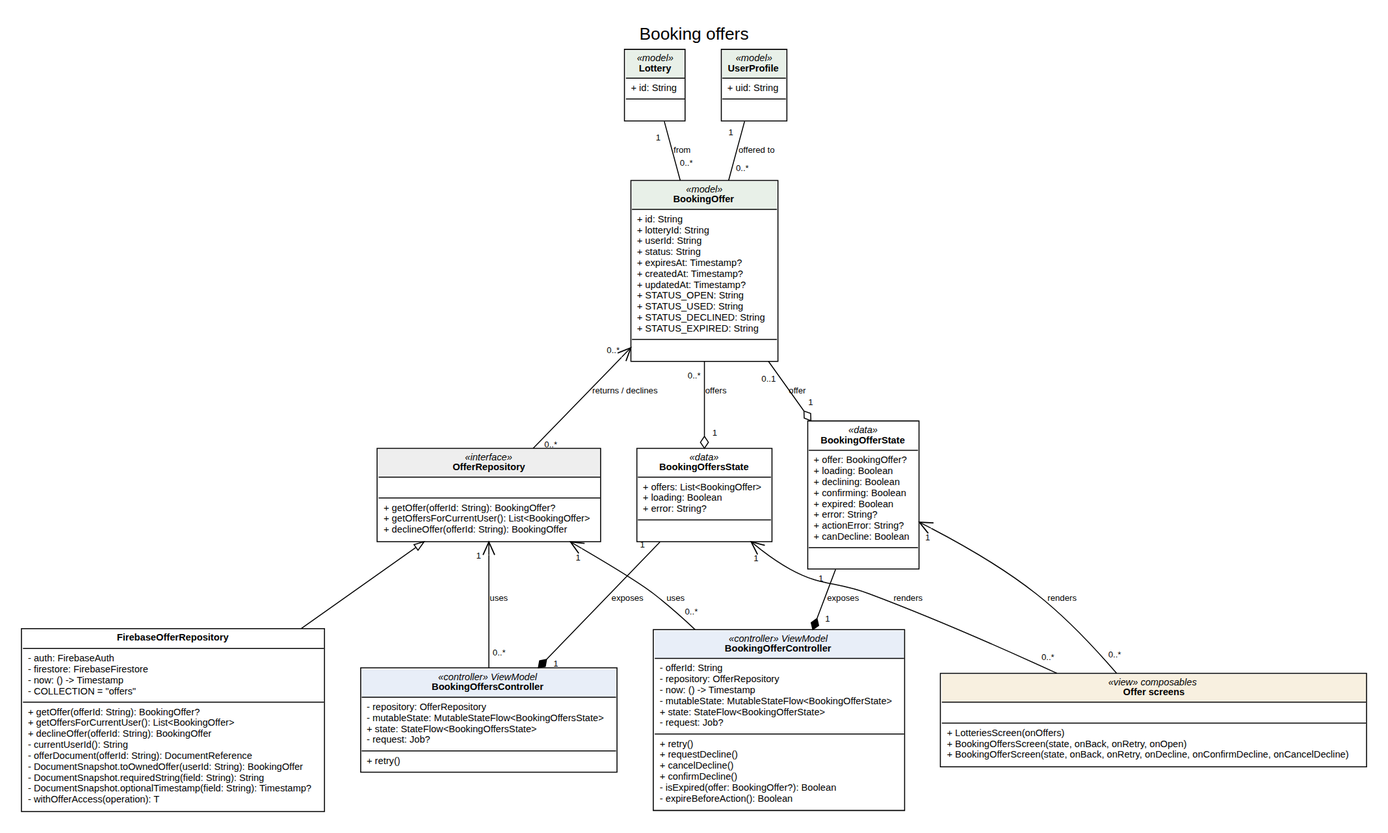
This is doc/uml/booking_offers.png from CMPUT301F26-legion/legion-events, a Graphviz export, as it was before one commit. Its source is kept beside it as doc/uml/booking_offers.dot.
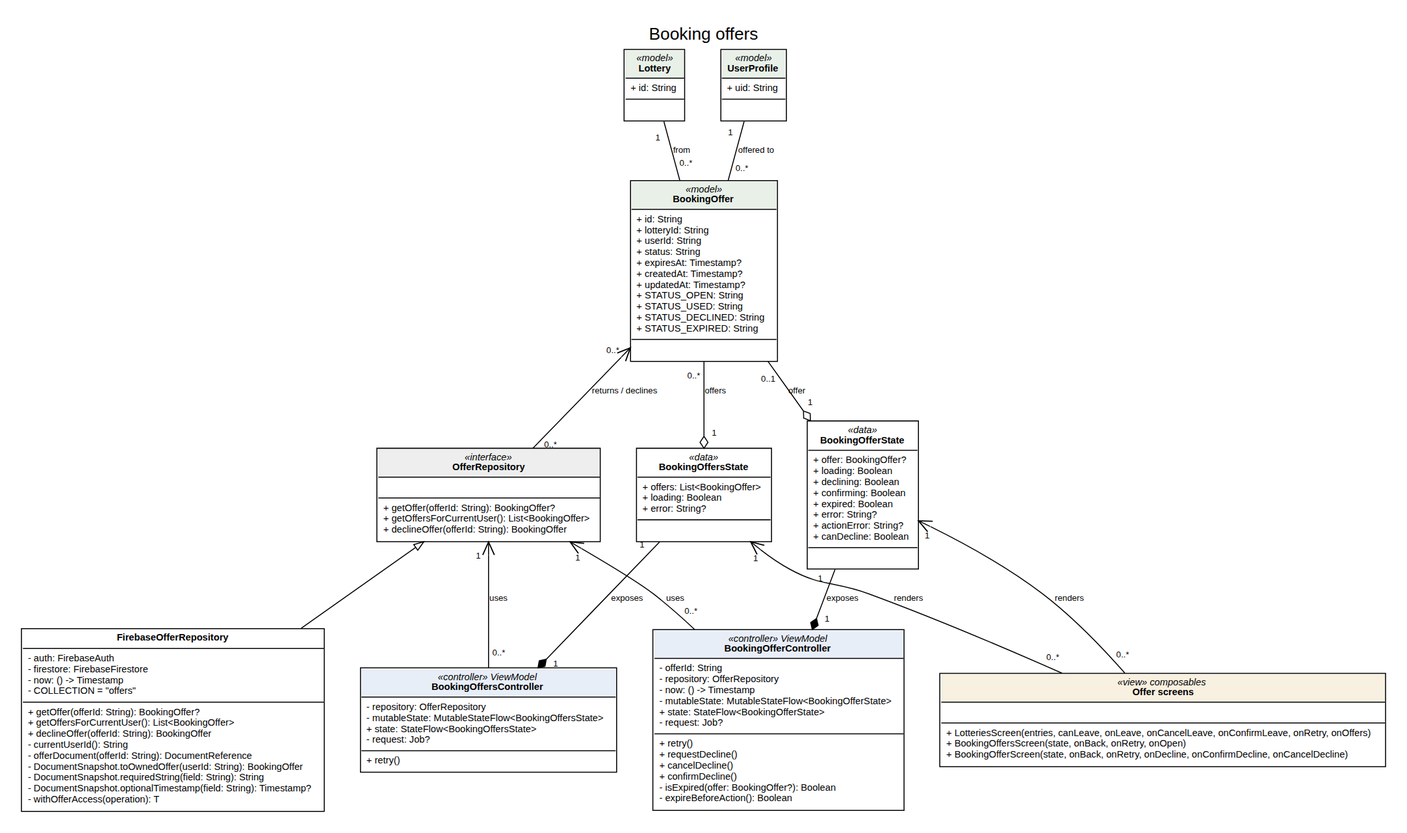
After the commit.

What changed in the source:
```diff
@@ -13,7 +13,7 @@
   BookingOffersState [label=<<TABLE BORDER="1" CELLBORDER="0" CELLSPACING="0" CELLPADDING="4"><TR><TD><I>«data»</I><BR/><B>BookingOffersState</B></TD></TR><TR><TD ALIGN="LEFT" BALIGN="LEFT" SIDES="T" BORDER="1">+ offers: List&lt;BookingOffer&gt;<BR/>+ loading: Boolean<BR/>+ error: String?</TD></TR><TR><TD ALIGN="LEFT" BALIGN="LEFT" SIDES="T" BORDER="1"> </TD></TR></TABLE>>];
   BookingOfferController [label=<<TABLE BORDER="1" CELLBORDER="0" CELLSPACING="0" CELLPADDING="4"><TR><TD BGCOLOR="#e8eef8"><I>«controller» ViewModel</I><BR/><B>BookingOfferController</B></TD></TR><TR><TD ALIGN="LEFT" BALIGN="LEFT" SIDES="T" BORDER="1">- offerId: String<BR/>- repository: OfferRepository<BR/>- now: () -&gt; Timestamp<BR/>- mutableState: MutableStateFlow&lt;BookingOfferState&gt;<BR/>+ state: StateFlow&lt;BookingOfferState&gt;<BR/>- request: Job?</TD></TR><TR><TD ALIGN="LEFT" BALIGN="LEFT" SIDES="T" BORDER="1">+ retry()<BR/>+ requestDecline()<BR/>+ cancelDecline()<BR/>+ confirmDecline()<BR/>- isExpired(offer: BookingOffer?): Boolean<BR/>- expireBeforeAction(): Boolean</TD></TR></TABLE>>];
   BookingOfferState [label=<<TABLE BORDER="1" CELLBORDER="0" CELLSPACING="0" CELLPADDING="4"><TR><TD><I>«data»</I><BR/><B>BookingOfferState</B></TD></TR><TR><TD ALIGN="LEFT" BALIGN="LEFT" SIDES="T" BORDER="1">+ offer: BookingOffer?<BR/>+ loading: Boolean<BR/>+ declining: Boolean<BR/>+ confirming: Boolean<BR/>+ expired: Boolean<BR/>+ error: String?<BR/>+ actionError: String?<BR/>+ canDecline: Boolean</TD></TR><TR><TD ALIGN="LEFT" BALIGN="LEFT" SIDES="T" BORDER="1"> </TD></TR></TABLE>>];
-  Views [label=<<TABLE BORDER="1" CELLBORDER="0" CELLSPACING="0" CELLPADDING="4"><TR><TD BGCOLOR="#f8f0e0"><I>«view» composables</I><BR/><B>Offer screens</B></TD></TR><TR><TD ALIGN="LEFT" BALIGN="LEFT" SIDES="T" BORDER="1"> </TD></TR><TR><TD ALIGN="LEFT" BALIGN="LEFT" SIDES="T" BORDER="1">+ LotteriesScreen(onOffers)<BR/>+ BookingOffersScreen(state, onBack, onRetry, onOpen)<BR/>+ BookingOfferScreen(state, onBack, onRetry, onDecline, onConfirmDecline, onCancelDecline)</TD></TR></TABLE>>];
+  Views [label=<<TABLE BORDER="1" CELLBORDER="0" CELLSPACING="0" CELLPADDING="4"><TR><TD BGCOLOR="#f8f0e0"><I>«view» composables</I><BR/><B>Offer screens</B></TD></TR><TR><TD ALIGN="LEFT" BALIGN="LEFT" SIDES="T" BORDER="1"> </TD></TR><TR><TD ALIGN="LEFT" BALIGN="LEFT" SIDES="T" BORDER="1">+ LotteriesScreen(entries, canLeave, onLeave, onCancelLeave, onConfirmLeave, onRetry, onOffers)<BR/>+ BookingOffersScreen(state, onBack, onRetry, onOpen)<BR/>+ BookingOfferScreen(state, onBack, onRetry, onDecline, onConfirmDecline, onCancelDecline)</TD></TR></TABLE>>];
   FirebaseOfferRepository -> OfferRepository [arrowhead=onormal];
   OfferRepository -> BookingOffer [arrowhead=vee label="returns / declines" taillabel="0..*" headlabel="0..*"];
   BookingOffer -> Lottery [arrowhead=none label="from" taillabel="0..*" headlabel="1"];
```
